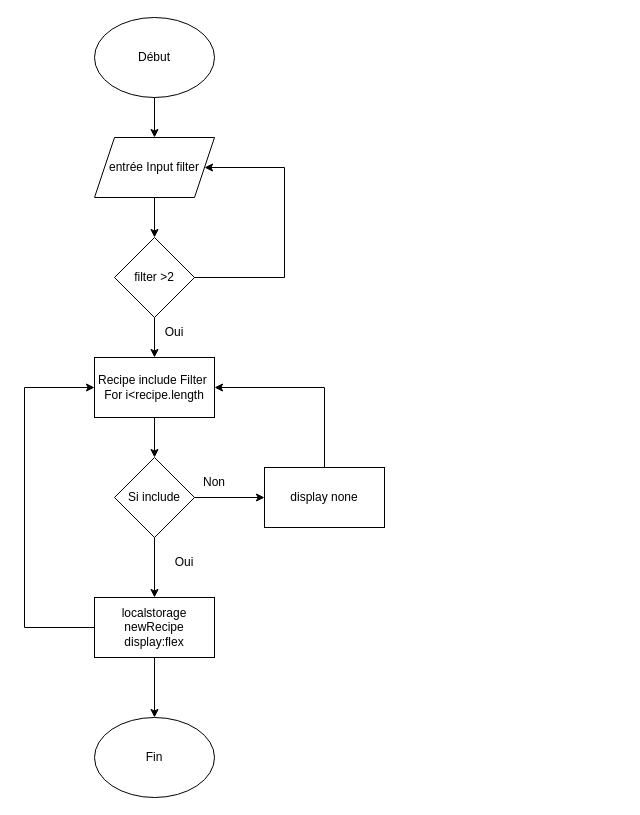
Earlier version of the draw.io diagram assets/images/Untitled Diagram.drawio (denis-farkas/DenisFarkas_7_15012022). Source tidied: cells renumbered, new cells numbered last; positions are measured from the earlier drawing's top-left corner, leaving out a move shared by most shapes. Both pictures are drawn from the tidied source at 100%, with x=0, y=0 at pixel (24, 17).
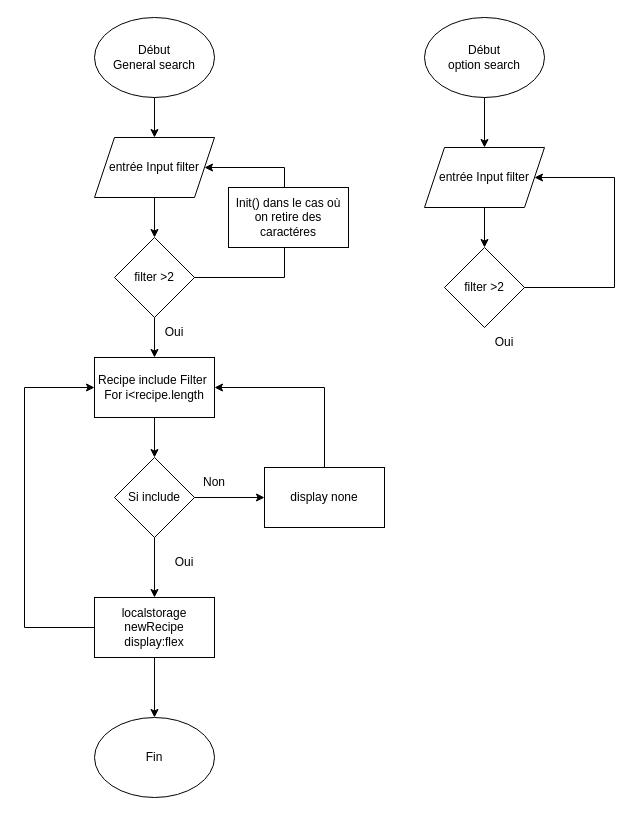
After the change.

What changed in the source:
```diff
@@
-    <mxCell id="2" value="Début" style="ellipse;whiteSpace=wrap;html=1;" parent="1" vertex="1">
+    <mxCell id="2" value="Début&lt;br&gt;General search" style="ellipse;whiteSpace=wrap;html=1;" parent="1" vertex="1">
       <mxGeometry x="70" width="120" height="80" as="geometry" />
     </mxCell>
@@
+    <mxCell id="23" value="Début&lt;br&gt;option search" style="ellipse;whiteSpace=wrap;html=1;" parent="1" vertex="1">
+      <mxGeometry x="400" width="120" height="80" as="geometry" />
+    </mxCell>
+    <mxCell id="24" value="entrée Input filter" style="shape=parallelogram;perimeter=parallelogramPerimeter;whiteSpace=wrap;html=1;fixedSize=1;" parent="1" vertex="1">
+      <mxGeometry x="400" y="130" width="120" height="60" as="geometry" />
+    </mxCell>
+    <mxCell id="25" value="filter &amp;gt;2" style="rhombus;whiteSpace=wrap;html=1;" parent="1" vertex="1">
+      <mxGeometry x="420" y="230" width="80" height="80" as="geometry" />
+    </mxCell>
+    <mxCell id="26" style="endArrow=classic;html=1;rounded=0;exitX=0.5;exitY=1;exitDx=0;exitDy=0;" parent="1" edge="1" source="24" target="25">
+      <mxGeometry relative="1" as="geometry" />
+    </mxCell>
+    <mxCell id="27" style="endArrow=classic;html=1;rounded=0;exitX=1;exitY=0.5;exitDx=0;exitDy=0;" parent="1" edge="1" source="25" target="24">
+      <mxGeometry relative="1" as="geometry">
+        <Array as="points">
+          <mxPoint x="590" y="270" />
+          <mxPoint x="590" y="160" />
+        </Array>
+      </mxGeometry>
+    </mxCell>
+    <mxCell id="28" value="Oui" style="text;html=1;strokeColor=none;fillColor=none;align=center;verticalAlign=middle;whiteSpace=wrap;rounded=0;" parent="1" vertex="1">
+      <mxGeometry x="450" y="310" width="60" height="30" as="geometry" />
+    </mxCell>
+    <mxCell id="29" style="endArrow=classic;html=1;rounded=0;entryX=0.5;entryY=0;entryDx=0;entryDy=0;" parent="1" edge="1" target="24">
+      <mxGeometry relative="1" as="geometry">
+        <mxPoint x="460" y="80" as="sourcePoint" />
+        <Array as="points">
+          <mxPoint x="460" y="80" />
+        </Array>
+      </mxGeometry>
+    </mxCell>
+    <mxCell id="30" value="Init() dans le cas où&lt;br&gt;on retire des caractéres" style="rounded=0;whiteSpace=wrap;html=1;" parent="1" vertex="1">
+      <mxGeometry x="204" y="170" width="120" height="60" as="geometry" />
+    </mxCell>
```
